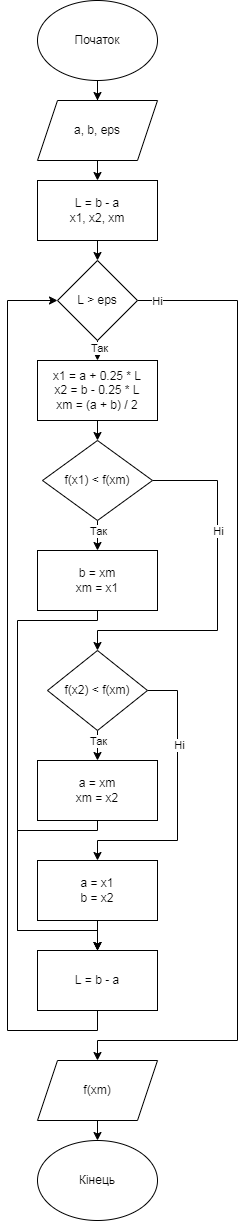
Above: lab2/lab2.drawio.png in firebenderyt123/obbchisluvalni-methody (draw.io), before the change. Source tidied: cells renumbered, new cells last; positions are measured from the earlier drawing's top-left corner, leaving out a move shared by most shapes.
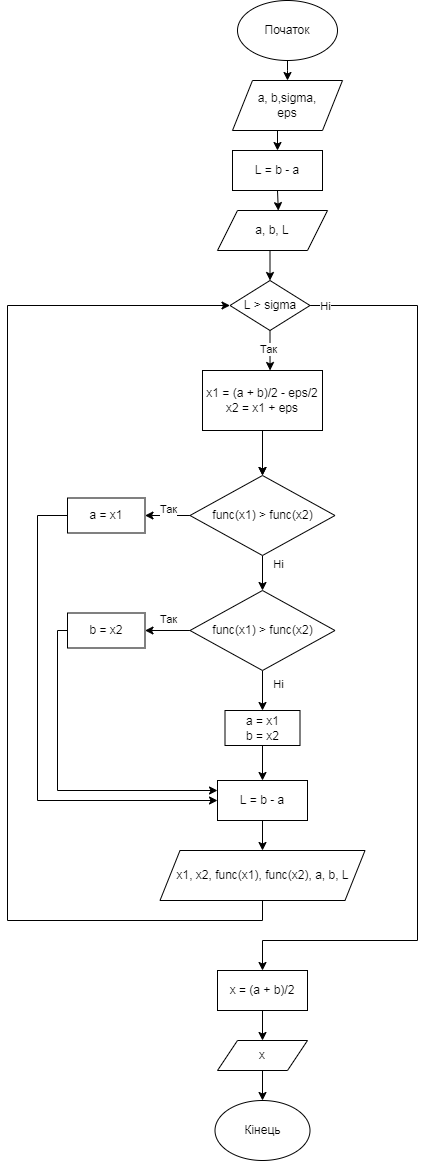
Later version of the same file.

What changed in the source:
```diff
@@ -2,149 +2,166 @@
   <root>
     <mxCell id="0" />
     <mxCell id="1" parent="0" />
-    <mxCell id="2" style="edgeStyle=orthogonalEdgeStyle;rounded=0;jettySize=auto;html=1;exitX=0.5;exitY=1;exitDx=0;exitDy=0;entryX=0.5;entryY=0;entryDx=0;entryDy=0;" parent="1" edge="1" source="3" target="8">
+    <mxCell id="2" style="edgeStyle=orthogonalEdgeStyle;rounded=0;jettySize=auto;html=1;exitX=0.5;exitY=1;exitDx=0;exitDy=0;entryX=0.5;entryY=0;entryDx=0;entryDy=0;strokeColor=#000000;" parent="1" edge="1" source="3" target="8">
       <mxGeometry relative="1" as="geometry" />
     </mxCell>
-    <mxCell id="3" value="a, b, eps" style="shape=parallelogram;perimeter=parallelogramPerimeter;whiteSpace=wrap;html=1;fixedSize=1;" parent="1" vertex="1">
-      <mxGeometry x="30" y="100" width="120" height="60" as="geometry" />
+    <mxCell id="3" value="a, b,sigma,&lt;br&gt;eps" style="shape=parallelogram;perimeter=parallelogramPerimeter;whiteSpace=wrap;html=1;fixedSize=1;fillColor=#FFFFFF;strokeColor=#000000;" parent="1" vertex="1">
+      <mxGeometry x="45" y="110" width="110" height="50" as="geometry" />
     </mxCell>
-    <mxCell id="4" style="edgeStyle=orthogonalEdgeStyle;rounded=0;jettySize=auto;html=1;exitX=0.5;exitY=1;exitDx=0;exitDy=0;" parent="1" edge="1" source="5" target="3">
-      <mxGeometry relative="1" as="geometry" />
+    <mxCell id="4" style="edgeStyle=orthogonalEdgeStyle;rounded=0;jettySize=auto;html=1;exitX=0.5;exitY=1;exitDx=0;exitDy=0;entryX=0.5;entryY=0;entryDx=0;entryDy=0;strokeColor=#000000;" parent="1" edge="1" source="5" target="3">
+      <mxGeometry relative="1" as="geometry">
+        <Array as="points">
+          <mxPoint x="100" y="100" />
+        </Array>
+      </mxGeometry>
     </mxCell>
-    <mxCell id="5" value="Початок" style="ellipse;whiteSpace=wrap;html=1;" parent="1" vertex="1">
-      <mxGeometry x="30" width="120" height="80" as="geometry" />
+    <mxCell id="5" value="Початок" style="ellipse;whiteSpace=wrap;html=1;fillColor=#FFFFFF;strokeColor=#000000;" parent="1" vertex="1">
+      <mxGeometry x="50" y="30" width="100" height="60" as="geometry" />
     </mxCell>
-    <mxCell id="6" value="Кінець" style="ellipse;whiteSpace=wrap;html=1;" parent="1" vertex="1">
-      <mxGeometry x="30" y="1140" width="120" height="80" as="geometry" />
+    <mxCell id="6" value="Кінець" style="ellipse;whiteSpace=wrap;html=1;fillColor=#FFFFFF;strokeColor=#000000;" parent="1" vertex="1">
+      <mxGeometry x="27.5" y="1130" width="95" height="60" as="geometry" />
     </mxCell>
-    <mxCell id="7" style="edgeStyle=orthogonalEdgeStyle;rounded=0;jettySize=auto;html=1;exitX=0.5;exitY=1;exitDx=0;exitDy=0;entryX=0.5;entryY=0;entryDx=0;entryDy=0;" parent="1" edge="1" source="8" target="13">
+    <mxCell id="7" style="edgeStyle=orthogonalEdgeStyle;rounded=0;jettySize=auto;html=1;exitX=0.5;exitY=1;exitDx=0;exitDy=0;entryX=0.553;entryY=0.003;entryDx=0;entryDy=0;entryPerimeter=0;strokeColor=#000000;" parent="1" edge="1" source="8" target="39">
       <mxGeometry relative="1" as="geometry" />
     </mxCell>
-    <mxCell id="8" value="L = b - a&lt;br&gt;x1, x2, xm" style="rounded=0;whiteSpace=wrap;html=1;" parent="1" vertex="1">
-      <mxGeometry x="30" y="180" width="120" height="60" as="geometry" />
+    <mxCell id="8" value="L = b - a" style="rounded=0;whiteSpace=wrap;html=1;fillColor=#FFFFFF;strokeColor=#000000;" parent="1" vertex="1">
+      <mxGeometry x="45" y="180" width="90" height="40" as="geometry" />
     </mxCell>
-    <mxCell id="9" style="edgeStyle=orthogonalEdgeStyle;rounded=0;jettySize=auto;html=1;exitX=0.5;exitY=1;exitDx=0;exitDy=0;entryX=0.5;entryY=0;entryDx=0;entryDy=0;" parent="1" edge="1" source="13" target="15">
-      <mxGeometry relative="1" as="geometry" />
-    </mxCell>
-    <mxCell id="10" value="Так" style="edgeLabel;html=1;align=center;verticalAlign=middle;" parent="9" vertex="1">
-      <mxGeometry x="-0.27" y="1" relative="1" as="geometry" />
-    </mxCell>
-    <mxCell id="11" style="edgeStyle=orthogonalEdgeStyle;rounded=0;jettySize=auto;html=1;exitX=1;exitY=0.5;exitDx=0;exitDy=0;entryX=0.5;entryY=0;entryDx=0;entryDy=0;" parent="1" edge="1" source="13" target="35">
+    <mxCell id="11" style="edgeStyle=orthogonalEdgeStyle;rounded=0;jettySize=auto;html=1;exitX=1;exitY=0.5;exitDx=0;exitDy=0;entryX=0.5;entryY=0;entryDx=0;entryDy=0;strokeColor=#000000;" parent="1" edge="1" source="13" target="59">
       <mxGeometry relative="1" as="geometry">
         <Array as="points">
-          <mxPoint x="230" y="300" />
-          <mxPoint x="230" y="1040" />
-          <mxPoint x="90" y="1040" />
+          <mxPoint x="230" y="335" />
+          <mxPoint x="230" y="970" />
+          <mxPoint x="75" y="970" />
         </Array>
       </mxGeometry>
     </mxCell>
-    <mxCell id="12" value="Ні" style="edgeLabel;html=1;align=center;verticalAlign=middle;" parent="11" vertex="1">
+    <mxCell id="12" value="Ні" style="edgeLabel;html=1;align=center;verticalAlign=middle;strokeColor=#000000;" parent="11" vertex="1">
       <mxGeometry x="-0.86" y="-2" relative="1" as="geometry">
         <mxPoint x="-49" y="-2" as="offset" />
       </mxGeometry>
     </mxCell>
+    <mxCell id="9" style="edgeStyle=orthogonalEdgeStyle;rounded=0;jettySize=auto;html=1;entryX=0.563;entryY=0;entryDx=0;entryDy=0;entryPerimeter=0;strokeColor=#000000;" parent="1" edge="1" source="13" target="15">
+      <mxGeometry relative="1" as="geometry" />
+    </mxCell>
-    <mxCell id="13" value="L &amp;gt; eps" style="rhombus;whiteSpace=wrap;html=1;" parent="1" vertex="1">
-      <mxGeometry x="50" y="260" width="80" height="80" as="geometry" />
+    <mxCell id="13" value="L &amp;gt; sigma" style="rhombus;whiteSpace=wrap;html=1;fillColor=#FFFFFF;strokeColor=#000000;" parent="1" vertex="1">
+      <mxGeometry x="42.5" y="310" width="80" height="50" as="geometry" />
     </mxCell>
-    <mxCell id="14" style="edgeStyle=orthogonalEdgeStyle;rounded=0;jettySize=auto;html=1;exitX=0.5;exitY=1;exitDx=0;exitDy=0;entryX=0.5;entryY=0;entryDx=0;entryDy=0;" parent="1" edge="1" source="15" target="20">
-      <mxGeometry relative="1" as="geometry" />
-    </mxCell>
+    <mxCell id="36" style="edgeStyle=orthogonalEdgeStyle;rounded=0;jettySize=auto;html=1;exitX=0.5;exitY=1;exitDx=0;exitDy=0;entryX=0.5;entryY=0;entryDx=0;entryDy=0;strokeColor=#000000;" parent="1" edge="1" source="15" target="42">
+      <mxGeometry relative="1" as="geometry" />
+    </mxCell>
+    <mxCell id="37" style="edgeStyle=orthogonalEdgeStyle;rounded=0;jettySize=auto;html=1;strokeColor=#000000;" parent="1" edge="1" source="15" target="42">
+      <mxGeometry relative="1" as="geometry" />
+    </mxCell>
-    <mxCell id="15" value="x1 = a + 0.25 * L&lt;br&gt;x2 = b - 0.25 * L&lt;br&gt;xm = (a + b) / 2" style="rounded=0;whiteSpace=wrap;html=1;" parent="1" vertex="1">
-      <mxGeometry x="30" y="360" width="120" height="60" as="geometry" />
+    <mxCell id="15" value="x1 = (a + b)/2 - eps/2&lt;br&gt;x2 = x1 + eps" style="rounded=0;whiteSpace=wrap;html=1;fillColor=#FFFFFF;strokeColor=#000000;" parent="1" vertex="1">
+      <mxGeometry x="15" y="400" width="120" height="60" as="geometry" />
     </mxCell>
-    <mxCell id="16" style="edgeStyle=orthogonalEdgeStyle;rounded=0;jettySize=auto;html=1;exitX=0.5;exitY=1;exitDx=0;exitDy=0;entryX=0.5;entryY=0;entryDx=0;entryDy=0;" parent="1" edge="1" source="20" target="22">
-      <mxGeometry relative="1" as="geometry" />
-    </mxCell>
-    <mxCell id="17" value="Так" style="edgeLabel;html=1;align=center;verticalAlign=middle;" parent="16" vertex="1">
-      <mxGeometry x="-0.33" relative="1" as="geometry" />
-    </mxCell>
-    <mxCell id="18" style="edgeStyle=orthogonalEdgeStyle;rounded=0;jettySize=auto;html=1;exitX=1;exitY=0.5;exitDx=0;exitDy=0;entryX=0.5;entryY=0;entryDx=0;entryDy=0;" parent="1" edge="1" source="20" target="27">
-      <mxGeometry relative="1" as="geometry">
-        <Array as="points">
-          <mxPoint x="210" y="480" />
-          <mxPoint x="210" y="630" />
-          <mxPoint x="90" y="630" />
-        </Array>
-      </mxGeometry>
-    </mxCell>
-    <mxCell id="19" value="Ні" style="edgeLabel;html=1;align=center;verticalAlign=middle;" parent="18" vertex="1">
-      <mxGeometry x="-0.42" relative="1" as="geometry">
-        <mxPoint y="12" as="offset" />
-      </mxGeometry>
-    </mxCell>
-    <mxCell id="20" value="f(x1) &amp;lt; f(xm)" style="rhombus;whiteSpace=wrap;html=1;" parent="1" vertex="1">
-      <mxGeometry x="35" y="440" width="110" height="80" as="geometry" />
-    </mxCell>
-    <mxCell id="21" style="edgeStyle=orthogonalEdgeStyle;rounded=0;jettySize=auto;html=1;exitX=0.5;exitY=1;exitDx=0;exitDy=0;entryX=0.5;entryY=0;entryDx=0;entryDy=0;" parent="1" edge="1" source="22" target="33">
-      <mxGeometry relative="1" as="geometry">
-        <Array as="points">
-          <mxPoint x="90" y="620" />
-          <mxPoint x="10" y="620" />
-          <mxPoint x="10" y="930" />
-          <mxPoint x="90" y="930" />
-        </Array>
-      </mxGeometry>
-    </mxCell>
-    <mxCell id="22" value="b = xm&lt;br&gt;xm = x1" style="rounded=0;whiteSpace=wrap;html=1;" parent="1" vertex="1">
-      <mxGeometry x="30" y="550" width="120" height="60" as="geometry" />
-    </mxCell>
-    <mxCell id="23" style="edgeStyle=orthogonalEdgeStyle;rounded=0;jettySize=auto;html=1;exitX=0.5;exitY=1;exitDx=0;exitDy=0;entryX=0.5;entryY=0;entryDx=0;entryDy=0;" parent="1" edge="1" source="27" target="29">
-      <mxGeometry relative="1" as="geometry" />
-    </mxCell>
-    <mxCell id="24" value="Так" style="edgeLabel;html=1;align=center;verticalAlign=middle;" parent="23" vertex="1">
-      <mxGeometry x="-0.36" relative="1" as="geometry" />
-    </mxCell>
-    <mxCell id="25" style="edgeStyle=orthogonalEdgeStyle;rounded=0;jettySize=auto;html=1;exitX=1;exitY=0.5;exitDx=0;exitDy=0;entryX=0.5;entryY=0;entryDx=0;entryDy=0;" parent="1" edge="1" source="27" target="31">
-      <mxGeometry relative="1" as="geometry">
-        <Array as="points">
-          <mxPoint x="170" y="690" />
-          <mxPoint x="170" y="840" />
-          <mxPoint x="90" y="840" />
-        </Array>
-      </mxGeometry>
-    </mxCell>
-    <mxCell id="26" value="Ні" style="edgeLabel;html=1;align=center;verticalAlign=middle;" parent="25" vertex="1">
-      <mxGeometry x="-0.4" y="1" relative="1" as="geometry" />
-    </mxCell>
-    <mxCell id="27" value="f(x2) &amp;lt; f(xm)" style="rhombus;whiteSpace=wrap;html=1;" parent="1" vertex="1">
-      <mxGeometry x="40" y="650" width="100" height="80" as="geometry" />
-    </mxCell>
-    <mxCell id="28" style="edgeStyle=orthogonalEdgeStyle;rounded=0;jettySize=auto;html=1;exitX=0.5;exitY=1;exitDx=0;exitDy=0;entryX=0.5;entryY=0;entryDx=0;entryDy=0;" parent="1" edge="1" source="29" target="33">
-      <mxGeometry relative="1" as="geometry">
-        <Array as="points">
-          <mxPoint x="90" y="830" />
-          <mxPoint x="10" y="830" />
-          <mxPoint x="10" y="930" />
-          <mxPoint x="90" y="930" />
-        </Array>
-      </mxGeometry>
-    </mxCell>
-    <mxCell id="29" value="a = xm&lt;br&gt;xm = x2" style="rounded=0;whiteSpace=wrap;html=1;" parent="1" vertex="1">
-      <mxGeometry x="30" y="760" width="120" height="60" as="geometry" />
-    </mxCell>
+    <mxCell id="38" style="edgeStyle=orthogonalEdgeStyle;rounded=0;jettySize=auto;html=1;exitX=0.5;exitY=1;exitDx=0;exitDy=0;entryX=0.5;entryY=0;entryDx=0;entryDy=0;strokeColor=#000000;" parent="1" edge="1" source="39" target="13">
+      <mxGeometry relative="1" as="geometry" />
+    </mxCell>
+    <mxCell id="39" value="a, b, L" style="shape=parallelogram;perimeter=parallelogramPerimeter;whiteSpace=wrap;html=1;fixedSize=1;fillColor=#FFFFFF;strokeColor=#000000;" parent="1" vertex="1">
+      <mxGeometry x="30" y="240" width="110" height="40" as="geometry" />
+    </mxCell>
+    <mxCell id="40" style="edgeStyle=orthogonalEdgeStyle;rounded=0;jettySize=auto;html=1;exitX=0;exitY=0.5;exitDx=0;exitDy=0;entryX=1;entryY=0.5;entryDx=0;entryDy=0;strokeColor=#000000;" parent="1" edge="1" source="42" target="44">
+      <mxGeometry relative="1" as="geometry" />
+    </mxCell>
+    <mxCell id="41" style="edgeStyle=orthogonalEdgeStyle;rounded=0;jettySize=auto;html=1;exitX=0.5;exitY=1;exitDx=0;exitDy=0;entryX=0.5;entryY=0;entryDx=0;entryDy=0;strokeColor=#000000;" parent="1" edge="1" source="42" target="50">
+      <mxGeometry relative="1" as="geometry" />
+    </mxCell>
+    <mxCell id="42" value="func(x1) &amp;gt; func(x2)" style="rhombus;whiteSpace=wrap;html=1;fillColor=#FFFFFF;strokeColor=#000000;" parent="1" vertex="1">
+      <mxGeometry x="2.5" y="505" width="145" height="80" as="geometry" />
+    </mxCell>
+    <mxCell id="43" style="edgeStyle=orthogonalEdgeStyle;rounded=0;jettySize=auto;html=1;entryX=0;entryY=0.5;entryDx=0;entryDy=0;strokeColor=#000000;" parent="1" edge="1" source="44" target="33">
+      <mxGeometry relative="1" as="geometry">
+        <Array as="points">
+          <mxPoint x="-150" y="545" />
+          <mxPoint x="-150" y="830" />
+        </Array>
+      </mxGeometry>
+    </mxCell>
+    <mxCell id="44" value="a = x1" style="rounded=0;whiteSpace=wrap;html=1;fillColor=#FFFFFF;strokeColor=#000000;" parent="1" vertex="1">
+      <mxGeometry x="-120" y="527.5" width="77.5" height="35" as="geometry" />
+    </mxCell>
+    <mxCell id="45" style="edgeStyle=orthogonalEdgeStyle;rounded=0;jettySize=auto;html=1;entryX=0;entryY=0.25;entryDx=0;entryDy=0;strokeColor=#000000;" parent="1" edge="1" source="46" target="33">
+      <mxGeometry relative="1" as="geometry">
+        <Array as="points">
+          <mxPoint x="-130" y="660" />
+          <mxPoint x="-130" y="820" />
+        </Array>
+      </mxGeometry>
+    </mxCell>
+    <mxCell id="46" value="b = x2" style="rounded=0;whiteSpace=wrap;html=1;fillColor=#FFFFFF;strokeColor=#000000;" parent="1" vertex="1">
+      <mxGeometry x="-120" y="642.5" width="77.5" height="35" as="geometry" />
+    </mxCell>
-    <mxCell id="30" style="edgeStyle=orthogonalEdgeStyle;rounded=0;jettySize=auto;html=1;exitX=0.5;exitY=1;exitDx=0;exitDy=0;entryX=0.5;entryY=0;entryDx=0;entryDy=0;" parent="1" edge="1" source="31" target="33">
+    <mxCell id="30" style="edgeStyle=orthogonalEdgeStyle;rounded=0;jettySize=auto;html=1;entryX=0.5;entryY=0;entryDx=0;entryDy=0;strokeColor=#000000;" parent="1" edge="1" source="31" target="33">
       <mxGeometry relative="1" as="geometry" />
     </mxCell>
-    <mxCell id="31" value="a = x1&lt;br&gt;b = x2" style="rounded=0;whiteSpace=wrap;html=1;" parent="1" vertex="1">
-      <mxGeometry x="30" y="860" width="120" height="60" as="geometry" />
+    <mxCell id="31" value="a = x1&lt;br&gt;b = x2" style="rounded=0;whiteSpace=wrap;html=1;fillColor=#FFFFFF;strokeColor=#000000;" parent="1" vertex="1">
+      <mxGeometry x="37.5" y="740" width="75" height="35" as="geometry" />
     </mxCell>
-    <mxCell id="32" style="edgeStyle=orthogonalEdgeStyle;rounded=0;jettySize=auto;html=1;exitX=0.5;exitY=1;exitDx=0;exitDy=0;entryX=0;entryY=0.5;entryDx=0;entryDy=0;" parent="1" edge="1" source="33" target="13">
-      <mxGeometry relative="1" as="geometry">
-        <Array as="points">
-          <mxPoint x="90" y="1030" />
-          <mxPoint y="1030" />
-          <mxPoint y="300" />
-        </Array>
-      </mxGeometry>
-    </mxCell>
+    <mxCell id="47" value="Так" style="edgeLabel;html=1;align=center;verticalAlign=middle;strokeColor=#000000;" parent="1" vertex="1">
+      <mxGeometry x="-10" y="620" as="geometry">
+        <mxPoint x="-10" y="29" as="offset" />
+      </mxGeometry>
+    </mxCell>
+    <mxCell id="48" style="edgeStyle=orthogonalEdgeStyle;rounded=0;jettySize=auto;html=1;exitX=0;exitY=0.5;exitDx=0;exitDy=0;entryX=1;entryY=0.5;entryDx=0;entryDy=0;strokeColor=#000000;" parent="1" edge="1" source="50" target="46">
+      <mxGeometry relative="1" as="geometry" />
+    </mxCell>
+    <mxCell id="49" style="edgeStyle=orthogonalEdgeStyle;rounded=0;jettySize=auto;html=1;strokeColor=#000000;" parent="1" edge="1" source="50" target="31">
+      <mxGeometry relative="1" as="geometry" />
+    </mxCell>
+    <mxCell id="50" value="func(x1) &amp;gt; func(x2)" style="rhombus;whiteSpace=wrap;html=1;fillColor=#FFFFFF;strokeColor=#000000;" parent="1" vertex="1">
+      <mxGeometry x="2.5" y="620" width="145" height="80" as="geometry" />
+    </mxCell>
+    <mxCell id="51" value="Так" style="edgeLabel;html=1;align=center;verticalAlign=middle;strokeColor=#000000;" parent="1" vertex="1">
+      <mxGeometry x="-10" y="510" as="geometry">
+        <mxPoint x="-10" y="29" as="offset" />
+      </mxGeometry>
+    </mxCell>
+    <mxCell id="52" value="Ні" style="edgeLabel;html=1;align=center;verticalAlign=middle;strokeColor=#000000;" parent="1" vertex="1">
+      <mxGeometry x="170" y="350" as="geometry">
+        <mxPoint x="-79" y="243" as="offset" />
+      </mxGeometry>
+    </mxCell>
+    <mxCell id="53" value="Ні" style="edgeLabel;html=1;align=center;verticalAlign=middle;strokeColor=#000000;" parent="1" vertex="1">
+      <mxGeometry x="170" y="470" as="geometry">
+        <mxPoint x="-79" y="243" as="offset" />
+      </mxGeometry>
+    </mxCell>
+    <mxCell id="54" value="Так" style="edgeLabel;html=1;align=center;verticalAlign=middle;strokeColor=#000000;" parent="1" vertex="1">
+      <mxGeometry x="90" y="350" as="geometry">
+        <mxPoint x="-10" y="29" as="offset" />
+      </mxGeometry>
+    </mxCell>
+    <mxCell id="55" style="edgeStyle=orthogonalEdgeStyle;rounded=0;jettySize=auto;html=1;strokeColor=#000000;" parent="1" edge="1" source="33" target="57">
+      <mxGeometry relative="1" as="geometry" />
+    </mxCell>
-    <mxCell id="33" value="L = b - a" style="rounded=0;whiteSpace=wrap;html=1;" parent="1" vertex="1">
-      <mxGeometry x="30" y="950" width="120" height="60" as="geometry" />
+    <mxCell id="33" value="L = b - a" style="rounded=0;whiteSpace=wrap;html=1;fillColor=#FFFFFF;strokeColor=#000000;" parent="1" vertex="1">
+      <mxGeometry x="30" y="810" width="90" height="40" as="geometry" />
     </mxCell>
-    <mxCell id="34" style="edgeStyle=orthogonalEdgeStyle;rounded=0;jettySize=auto;html=1;exitX=0.5;exitY=1;exitDx=0;exitDy=0;entryX=0.5;entryY=0;entryDx=0;entryDy=0;" parent="1" edge="1" source="35" target="6">
-      <mxGeometry relative="1" as="geometry" />
-    </mxCell>
-    <mxCell id="35" value="f(xm)" style="shape=parallelogram;perimeter=parallelogramPerimeter;whiteSpace=wrap;html=1;fixedSize=1;" parent="1" vertex="1">
-      <mxGeometry x="30" y="1060" width="120" height="60" as="geometry" />
-    </mxCell>
+    <mxCell id="56" style="edgeStyle=orthogonalEdgeStyle;rounded=0;jettySize=auto;html=1;exitX=0.5;exitY=1;exitDx=0;exitDy=0;entryX=0;entryY=0.5;entryDx=0;entryDy=0;strokeColor=#000000;" parent="1" edge="1" source="57" target="13">
+      <mxGeometry relative="1" as="geometry">
+        <Array as="points">
+          <mxPoint x="75" y="950" />
+          <mxPoint x="-180" y="950" />
+          <mxPoint x="-180" y="335" />
+        </Array>
+      </mxGeometry>
+    </mxCell>
+    <mxCell id="57" value="x1, x2, func(x1), func(x2), a, b, L" style="shape=parallelogram;perimeter=parallelogramPerimeter;whiteSpace=wrap;html=1;fixedSize=1;fillColor=#FFFFFF;strokeColor=#000000;" parent="1" vertex="1">
+      <mxGeometry x="-27.5" y="880" width="205" height="50" as="geometry" />
+    </mxCell>
+    <mxCell id="58" style="edgeStyle=orthogonalEdgeStyle;rounded=0;jettySize=auto;html=1;strokeColor=#000000;" parent="1" edge="1" source="59" target="61">
+      <mxGeometry relative="1" as="geometry" />
+    </mxCell>
+    <mxCell id="59" value="x = (a + b)/2" style="rounded=0;whiteSpace=wrap;html=1;fillColor=#FFFFFF;strokeColor=#000000;" parent="1" vertex="1">
+      <mxGeometry x="30" y="1000" width="90" height="40" as="geometry" />
+    </mxCell>
+    <mxCell id="60" style="edgeStyle=orthogonalEdgeStyle;rounded=0;jettySize=auto;html=1;strokeColor=#000000;" parent="1" edge="1" source="61" target="6">
+      <mxGeometry relative="1" as="geometry" />
+    </mxCell>
+    <mxCell id="61" value="x" style="shape=parallelogram;perimeter=parallelogramPerimeter;whiteSpace=wrap;html=1;fixedSize=1;fillColor=#FFFFFF;strokeColor=#000000;" parent="1" vertex="1">
+      <mxGeometry x="30" y="1070" width="90" height="30" as="geometry" />
+    </mxCell>
   </root>
 </mxGraphModel>
```
